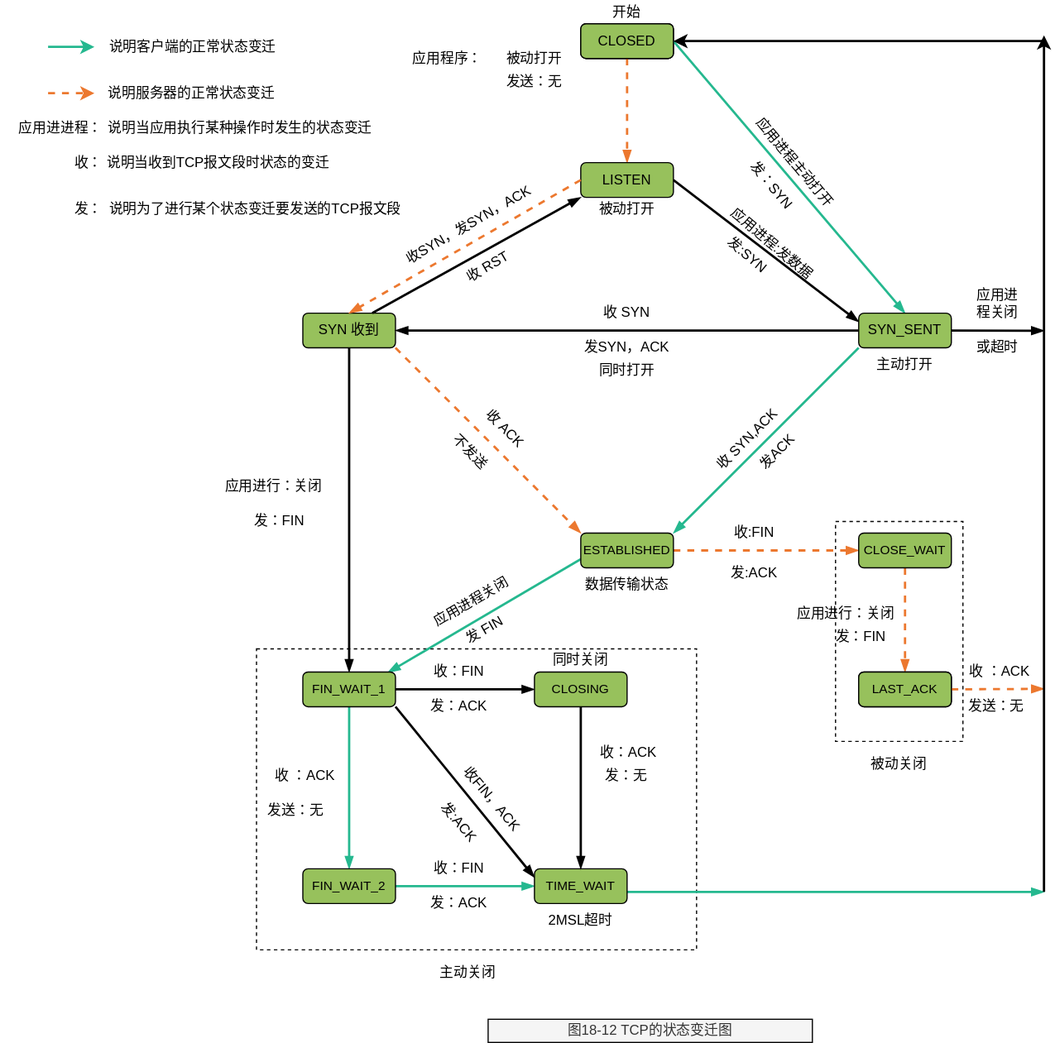
Above: tcp-ip/TCP-IP-详解-卷1/images/TCP-IP-18-12.svg in web1992/read (draw.io), before the change. Source tidied: cells renumbered, new cells last; positions are measured from the earlier drawing's top-left corner, leaving out a move shared by most shapes.
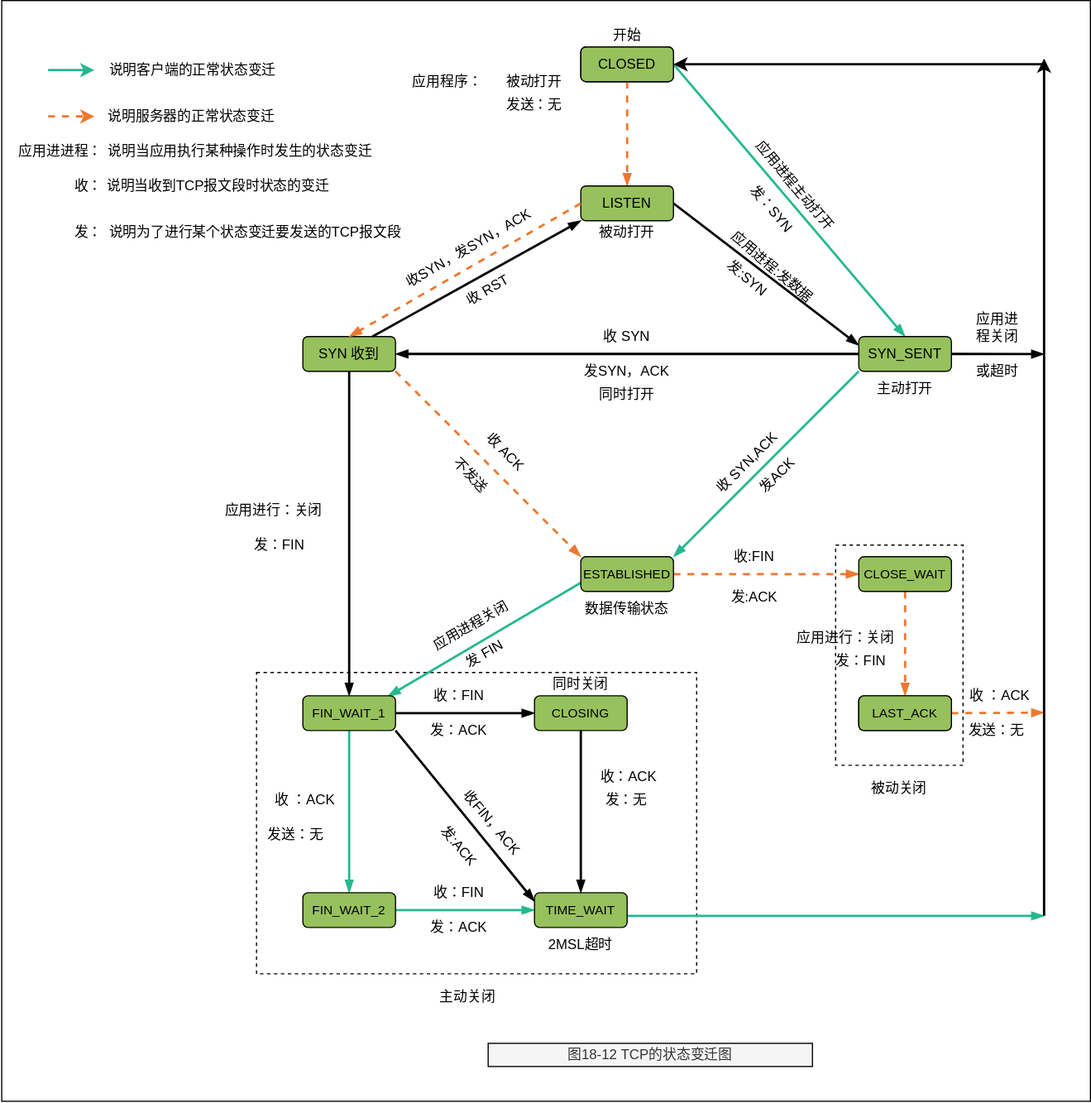
Above is the later version.

Change to the diagram source:
```diff
@@ -302,6 +302,9 @@
     <mxCell id="94" value="&lt;div&gt;说明为了进行某个状态变迁要发送的TCP报文段&lt;br&gt;&lt;/div&gt;" style="text;html=1;fillColor=none;align=left;verticalAlign=middle;whiteSpace=wrap;rounded=0;dashed=1;" parent="1" vertex="1">
       <mxGeometry x="92" y="170" width="259" height="20" as="geometry" />
     </mxCell>
+    <mxCell id="96" style="rounded=0;whiteSpace=wrap;html=1;labelBackgroundColor=none;fillColor=none;" parent="1" vertex="1">
+      <mxGeometry x="1" y="-20" width="940" height="950" as="geometry" />
+    </mxCell>
     <mxCell id="95" value="图18-12 TCP的状态变迁图" style="text;html=1;fillColor=#f5f5f5;align=center;verticalAlign=middle;whiteSpace=wrap;rounded=0;fontColor=#333333;strokeColor=#000000;" parent="1" vertex="1">
       <mxGeometry x="421" y="880" width="280" height="20" as="geometry" />
     </mxCell>
```
